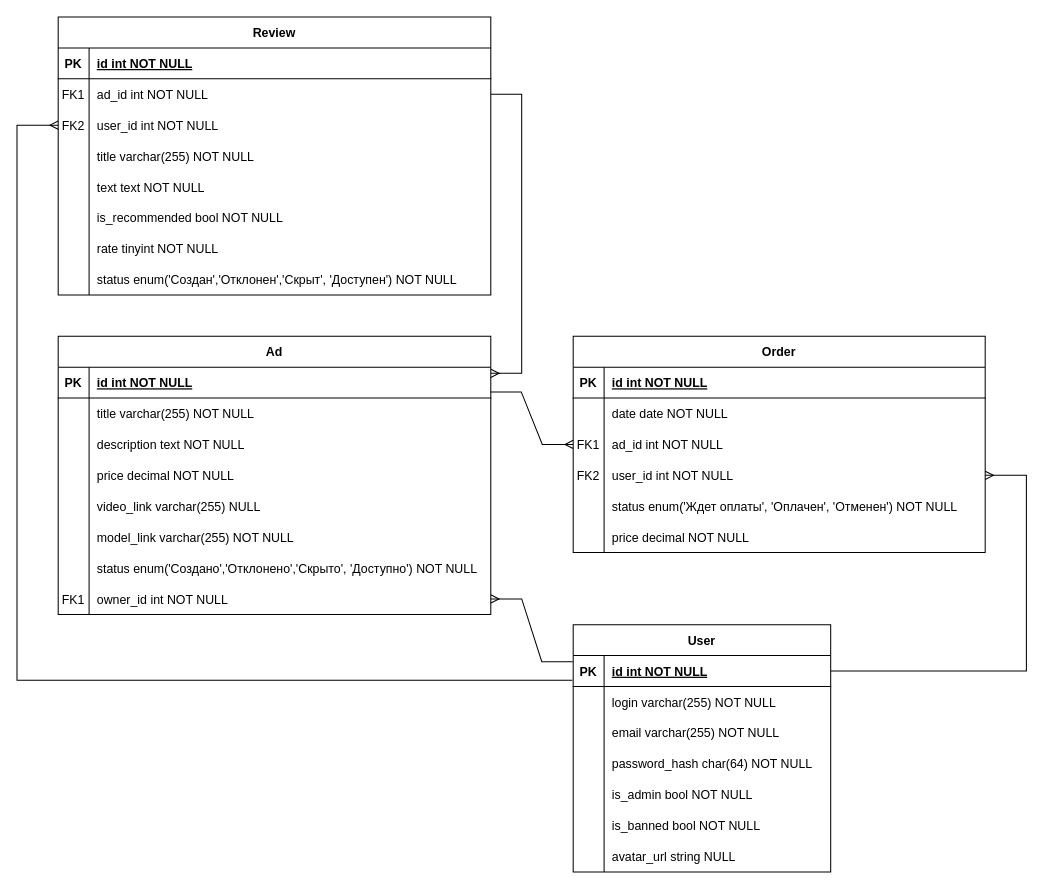
DogNellaf/c2c-market keeps this draw.io diagram as Diagrams/ERD.drawio. Above is the earlier version. Source tidied: cells renumbered, new cells numbered last; positions are measured from the earlier drawing's top-left corner, leaving out a move shared by most shapes. Both pictures are drawn from the tidied source at 103%, with x=0, y=0 at pixel (16, 16).
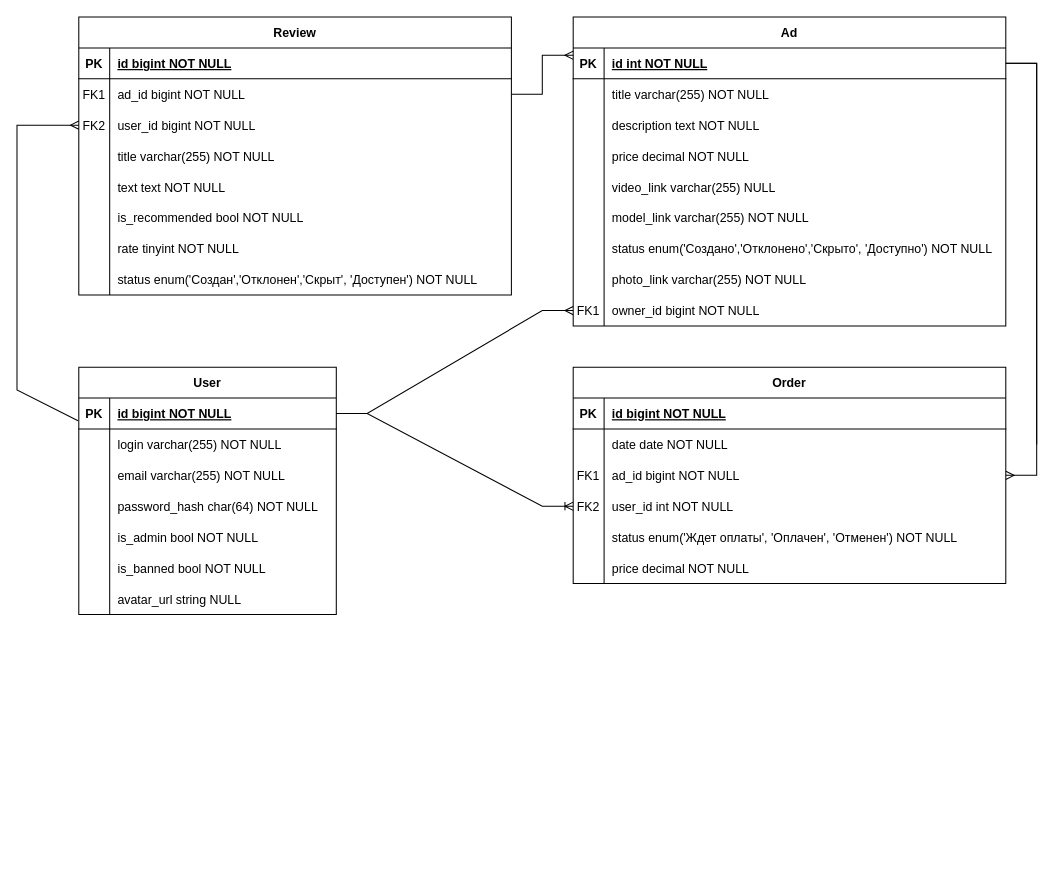
The same page after the edit.

Commit message (it also covers changes not shown here):
Fix ERD and class diagrams

The change refers to these unchanged cells:
```xml
<mxCell id="22" style="shape=partialRectangle;fillColor=none;points=[[0,0.5],[1,0.5]];portConstraint=eastwest;top=0;left=0;right=0;bottom=1;" parent="21" vertex="1">
  <mxGeometry y="30" width="250" height="30" as="geometry" />
</mxCell>
<mxCell id="25" style="shape=partialRectangle;fillColor=none;points=[[0,0.5],[1,0.5]];portConstraint=eastwest;top=0;left=0;right=0;bottom=0;" parent="21" vertex="1">
  <mxGeometry y="60" width="250" height="30" as="geometry" />
</mxCell>
<mxCell id="44" style="shape=partialRectangle;fillColor=none;points=[[0,0.5],[1,0.5]];portConstraint=eastwest;top=0;left=0;right=0;bottom=1;" parent="43" vertex="1">
  <mxGeometry y="30" width="420" height="30" as="geometry" />
</mxCell>
<mxCell id="71" style="shape=partialRectangle;fillColor=none;top=0;left=0;right=0;bottom=1;" parent="70" vertex="1">
  <mxGeometry y="30" width="420" height="30" as="geometry" />
</mxCell>
<mxCell id="74" style="shape=partialRectangle;fillColor=none;points=[[0,0.5],[1,0.5]];portConstraint=eastwest;top=0;left=0;right=0;bottom=0;" parent="70" vertex="1">
  <mxGeometry y="60" width="420" height="30" as="geometry" />
</mxCell>
<mxCell id="77" style="shape=partialRectangle;fillColor=none;points=[[0,0.5],[1,0.5]];portConstraint=eastwest;top=0;left=0;right=0;bottom=0;" parent="70" vertex="1">
  <mxGeometry y="90" width="420" height="30" as="geometry" />
</mxCell>
```

Diff of the diagram source:
```diff
@@
     <mxCell id="2" value="Order" style="shape=table;startSize=30;childLayout=tableLayout;rowLines=0;fontStyle=1;align=center;" parent="1" vertex="1">
-      <mxGeometry x="540" y="310" width="400" height="210" as="geometry" />
+      <mxGeometry x="540" y="340" width="420" height="210" as="geometry" />
     </mxCell>
     <mxCell id="3" style="shape=partialRectangle;fillColor=none;top=0;left=0;right=0;bottom=1;" parent="2" vertex="1">
-      <mxGeometry y="30" width="400" height="30" as="geometry" />
+      <mxGeometry y="30" width="420" height="30" as="geometry" />
     </mxCell>
@@
-    <mxCell id="5" value="id int NOT NULL " style="shape=partialRectangle;overflow=hidden;fillColor=none;top=0;left=0;bottom=0;right=0;align=left;spacingLeft=6;fontStyle=5;" parent="3" vertex="1">
-      <mxGeometry x="30" width="370" height="30" as="geometry" />
+    <mxCell id="5" value="id bigint NOT NULL " style="shape=partialRectangle;overflow=hidden;fillColor=none;top=0;left=0;bottom=0;right=0;align=left;spacingLeft=6;fontStyle=5;" parent="3" vertex="1">
+      <mxGeometry x="30" width="390" height="30" as="geometry" />
     </mxCell>
     <mxCell id="6" style="shape=partialRectangle;fillColor=none;top=0;left=0;right=0;bottom=0;" parent="2" vertex="1">
-      <mxGeometry y="60" width="400" height="30" as="geometry" />
+      <mxGeometry y="60" width="420" height="30" as="geometry" />
     </mxCell>
@@
     <mxCell id="8" value="date date NOT NULL" style="shape=partialRectangle;overflow=hidden;fillColor=none;top=0;left=0;bottom=0;right=0;align=left;spacingLeft=6;" parent="6" vertex="1">
-      <mxGeometry x="30" width="370" height="30" as="geometry" />
+      <mxGeometry x="30" width="390" height="30" as="geometry" />
     </mxCell>
     <mxCell id="9" style="shape=partialRectangle;fillColor=none;points=[[0,0.5],[1,0.5]];portConstraint=eastwest;top=0;left=0;right=0;bottom=0;" parent="2" vertex="1">
-      <mxGeometry y="90" width="400" height="30" as="geometry" />
+      <mxGeometry y="90" width="420" height="30" as="geometry" />
     </mxCell>
@@
-    <mxCell id="11" value="ad_id int NOT NULL" style="shape=partialRectangle;overflow=hidden;fillColor=none;top=0;left=0;bottom=0;right=0;align=left;spacingLeft=6;" parent="9" vertex="1">
-      <mxGeometry x="30" width="370" height="30" as="geometry" />
+    <mxCell id="11" value="ad_id bigint NOT NULL" style="shape=partialRectangle;overflow=hidden;fillColor=none;top=0;left=0;bottom=0;right=0;align=left;spacingLeft=6;" parent="9" vertex="1">
+      <mxGeometry x="30" width="390" height="30" as="geometry" />
     </mxCell>
     <mxCell id="12" style="shape=partialRectangle;fillColor=none;points=[[0,0.5],[1,0.5]];portConstraint=eastwest;top=0;left=0;right=0;bottom=0;" parent="2" vertex="1">
-      <mxGeometry y="120" width="400" height="30" as="geometry" />
+      <mxGeometry y="120" width="420" height="30" as="geometry" />
     </mxCell>
@@
     <mxCell id="14" value="user_id int NOT NULL" style="shape=partialRectangle;overflow=hidden;fillColor=none;top=0;left=0;bottom=0;right=0;align=left;spacingLeft=6;" parent="12" vertex="1">
-      <mxGeometry x="30" width="370" height="30" as="geometry" />
+      <mxGeometry x="30" width="390" height="30" as="geometry" />
     </mxCell>
     <mxCell id="15" style="shape=partialRectangle;fillColor=none;top=0;left=0;right=0;bottom=0;" parent="2" vertex="1">
-      <mxGeometry y="150" width="400" height="30" as="geometry" />
+      <mxGeometry y="150" width="420" height="30" as="geometry" />
     </mxCell>
@@
     <mxCell id="17" value="status enum('Ждет оплаты', 'Оплачен', 'Отменен') NOT NULL" style="shape=partialRectangle;overflow=hidden;fillColor=none;top=0;left=0;bottom=0;right=0;align=left;spacingLeft=6;" parent="15" vertex="1">
-      <mxGeometry x="30" width="370" height="30" as="geometry" />
+      <mxGeometry x="30" width="390" height="30" as="geometry" />
     </mxCell>
     <mxCell id="18" style="shape=partialRectangle;fillColor=none;top=0;left=0;right=0;bottom=0;" parent="2" vertex="1">
-      <mxGeometry y="180" width="400" height="30" as="geometry" />
+      <mxGeometry y="180" width="420" height="30" as="geometry" />
     </mxCell>
@@
     <mxCell id="20" value="price decimal NOT NULL" style="shape=partialRectangle;overflow=hidden;fillColor=none;top=0;left=0;bottom=0;right=0;align=left;spacingLeft=6;" parent="18" vertex="1">
-      <mxGeometry x="30" width="370" height="30" as="geometry" />
+      <mxGeometry x="30" width="390" height="30" as="geometry" />
     </mxCell>
     <mxCell id="21" value="User" style="shape=table;startSize=30;childLayout=tableLayout;rowLines=0;fontStyle=1;align=center;" parent="1" vertex="1">
-      <mxGeometry x="540" y="590" width="250" height="240" as="geometry" />
+      <mxGeometry x="60" y="340" width="250" height="240" as="geometry" />
     </mxCell>
@@
-    <mxCell id="24" value="id int NOT NULL " style="shape=partialRectangle;overflow=hidden;fillColor=none;top=0;left=0;bottom=0;right=0;align=left;spacingLeft=6;fontStyle=5;" parent="22" vertex="1">
+    <mxCell id="24" value="id bigint NOT NULL " style="shape=partialRectangle;overflow=hidden;fillColor=none;top=0;left=0;bottom=0;right=0;align=left;spacingLeft=6;fontStyle=5;" parent="22" vertex="1">
       <mxGeometry x="30" width="220" height="30" as="geometry" />
     </mxCell>
@@
     <mxCell id="43" value="Ad" style="shape=table;startSize=30;childLayout=tableLayout;rowLines=0;fontStyle=1;align=center;" parent="1" vertex="1">
-      <mxGeometry x="40" y="310" width="420" height="270" as="geometry" />
+      <mxGeometry x="540" width="420" height="300" as="geometry" />
     </mxCell>
@@
+    <mxCell id="98" style="shape=partialRectangle;fillColor=none;top=0;left=0;right=0;bottom=0;" parent="43" vertex="1">
+      <mxGeometry y="240" width="420" height="30" as="geometry" />
+    </mxCell>
+    <mxCell id="99" style="shape=partialRectangle;overflow=hidden;fillColor=none;top=0;left=0;bottom=0;right=0;" parent="98" vertex="1">
+      <mxGeometry width="30" height="30" as="geometry" />
+    </mxCell>
+    <mxCell id="100" value="photo_link varchar(255) NOT NULL" style="shape=partialRectangle;overflow=hidden;fillColor=none;top=0;left=0;bottom=0;right=0;align=left;spacingLeft=6;" parent="98" vertex="1">
+      <mxGeometry x="30" width="390" height="30" as="geometry" />
+    </mxCell>
     <mxCell id="65" style="shape=partialRectangle;fillColor=none;points=[[0,0.5],[1,0.5]];portConstraint=eastwest;top=0;left=0;right=0;bottom=0;" parent="43" vertex="1">
-      <mxGeometry y="240" width="420" height="30" as="geometry" />
+      <mxGeometry y="270" width="420" height="30" as="geometry" />
     </mxCell>
@@
-    <mxCell id="67" value="owner_id int NOT NULL" style="shape=partialRectangle;overflow=hidden;fillColor=none;top=0;left=0;bottom=0;right=0;align=left;spacingLeft=6;" parent="65" vertex="1">
+    <mxCell id="67" value="owner_id bigint NOT NULL" style="shape=partialRectangle;overflow=hidden;fillColor=none;top=0;left=0;bottom=0;right=0;align=left;spacingLeft=6;" parent="65" vertex="1">
       <mxGeometry x="30" width="390" height="30" as="geometry" />
     </mxCell>
-    <mxCell id="68" style="edgeStyle=entityRelationEdgeStyle;fontSize=12;html=1;endArrow=ERmany;rounded=0;exitX=-0.002;exitY=0.198;exitDx=0;exitDy=0;exitPerimeter=0;" parent="1" edge="1" source="22" target="65">
+    <mxCell id="68" style="edgeStyle=entityRelationEdgeStyle;fontSize=12;html=1;endArrow=ERmany;rounded=0;exitX=1;exitY=0.5;exitDx=0;exitDy=0;" parent="1" edge="1" source="22" target="65">
       <mxGeometry relative="1" as="geometry" />
     </mxCell>
-    <mxCell id="69" style="edgeStyle=entityRelationEdgeStyle;fontSize=12;html=1;endArrow=ERmany;rounded=0;exitX=0.999;exitY=0.8;exitDx=0;exitDy=0;entryX=0;entryY=0.5;entryDx=0;entryDy=0;exitPerimeter=0;" parent="1" edge="1" source="44" target="9">
+    <mxCell id="69" style="edgeStyle=entityRelationEdgeStyle;fontSize=12;html=1;endArrow=ERmany;rounded=0;entryX=1;entryY=0.5;entryDx=0;entryDy=0;exitX=1;exitY=0.5;exitDx=0;exitDy=0;" parent="1" edge="1" source="44" target="9">
       <mxGeometry relative="1" as="geometry" />
     </mxCell>
     <mxCell id="70" value="Review" style="shape=table;startSize=30;childLayout=tableLayout;rowLines=0;fontStyle=1;align=center;" parent="1" vertex="1">
-      <mxGeometry x="40" width="420" height="270" as="geometry" />
+      <mxGeometry x="60" width="420" height="270" as="geometry" />
     </mxCell>
@@
-    <mxCell id="73" value="id int NOT NULL " style="shape=partialRectangle;overflow=hidden;fillColor=none;top=0;left=0;bottom=0;right=0;align=left;spacingLeft=6;fontStyle=5;" parent="71" vertex="1">
+    <mxCell id="73" value="id bigint NOT NULL " style="shape=partialRectangle;overflow=hidden;fillColor=none;top=0;left=0;bottom=0;right=0;align=left;spacingLeft=6;fontStyle=5;" parent="71" vertex="1">
       <mxGeometry x="30" width="390" height="30" as="geometry" />
     </mxCell>
@@
-    <mxCell id="76" value="ad_id int NOT NULL" style="shape=partialRectangle;overflow=hidden;fillColor=none;top=0;left=0;bottom=0;right=0;align=left;spacingLeft=6;" parent="74" vertex="1">
+    <mxCell id="76" value="ad_id bigint NOT NULL" style="shape=partialRectangle;overflow=hidden;fillColor=none;top=0;left=0;bottom=0;right=0;align=left;spacingLeft=6;" parent="74" vertex="1">
       <mxGeometry x="30" width="390" height="30" as="geometry" />
     </mxCell>
@@
-    <mxCell id="79" value="user_id int NOT NULL" style="shape=partialRectangle;overflow=hidden;fillColor=none;top=0;left=0;bottom=0;right=0;align=left;spacingLeft=6;" parent="77" vertex="1">
+    <mxCell id="79" value="user_id bigint NOT NULL" style="shape=partialRectangle;overflow=hidden;fillColor=none;top=0;left=0;bottom=0;right=0;align=left;spacingLeft=6;" parent="77" vertex="1">
       <mxGeometry x="30" width="390" height="30" as="geometry" />
     </mxCell>
@@
-    <mxCell id="95" style="edgeStyle=entityRelationEdgeStyle;fontSize=12;html=1;endArrow=ERmany;rounded=0;entryX=1;entryY=0.198;entryDx=0;entryDy=0;entryPerimeter=0;" parent="1" edge="1" source="74" target="44">
+    <mxCell id="95" style="edgeStyle=entityRelationEdgeStyle;fontSize=12;html=1;endArrow=ERmany;rounded=0;entryX=0;entryY=0.239;entryDx=0;entryDy=0;entryPerimeter=0;" parent="1" edge="1" source="74" target="44">
       <mxGeometry relative="1" as="geometry" />
     </mxCell>
-    <mxCell id="96" style="endArrow=none;html=1;rounded=0;startArrow=ERmany;startFill=0;exitX=0;exitY=0.5;exitDx=0;exitDy=0;entryX=-0.003;entryY=0.796;entryDx=0;entryDy=0;entryPerimeter=0;" parent="1" edge="1" source="77" target="22">
+    <mxCell id="96" style="endArrow=none;html=1;rounded=0;startArrow=ERmany;startFill=0;exitX=0;exitY=0.5;exitDx=0;exitDy=0;entryX=-0.003;entryY=-0.267;entryDx=0;entryDy=0;entryPerimeter=0;" parent="1" edge="1" source="77" target="25">
       <mxGeometry relative="1" as="geometry">
         <Array as="points">
           <mxPoint y="105" />
-          <mxPoint y="644" />
+          <mxPoint y="362" />
         </Array>
       </mxGeometry>
     </mxCell>
-    <mxCell id="97" style="endArrow=ERmany;html=1;rounded=0;exitX=1;exitY=0.5;exitDx=0;exitDy=0;entryX=1;entryY=0.5;entryDx=0;entryDy=0;endFill=0;" parent="1" edge="1" source="22" target="12">
-      <mxGeometry relative="1" as="geometry">
-        <Array as="points">
-          <mxPoint x="980" y="635" />
-          <mxPoint x="980" y="520" />
-          <mxPoint x="980" y="445" />
-        </Array>
-      </mxGeometry>
+    <mxCell id="97" style="edgeStyle=entityRelationEdgeStyle;fontSize=12;html=1;endArrow=ERoneToMany;rounded=0;exitX=1;exitY=0.5;exitDx=0;exitDy=0;entryX=0;entryY=0.5;entryDx=0;entryDy=0;" parent="1" edge="1" source="22" target="12">
+      <mxGeometry relative="1" as="geometry" />
     </mxCell>
+    <mxCell id="101" style="endArrow=none;html=1;rounded=0;" parent="1" edge="1">
+      <mxGeometry relative="1" as="geometry">
+        <mxPoint x="990" y="415" as="sourcePoint" />
+        <mxPoint x="990" y="45" as="targetPoint" />
+      </mxGeometry>
+    </mxCell>
+    <mxCell id="102" style="endArrow=none;html=1;rounded=0;exitX=1;exitY=0.5;exitDx=0;exitDy=0;" parent="1" edge="1" source="44">
+      <mxGeometry relative="1" as="geometry">
+        <mxPoint x="990" y="45" as="targetPoint" />
+      </mxGeometry>
+    </mxCell>
```
